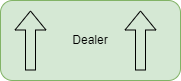
Above: CardImages/DealerLeft.drawio.png in nlarsen31/EuchreGoDot (draw.io), before the change. Source tidied: cells renumbered, new cells last; positions are measured from the earlier drawing's top-left corner, leaving out a move shared by most shapes.
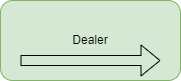
The same file after the commit.

The edit, as a diff of the source:
```diff
@@ -7,15 +7,9 @@
     </mxCell>
     <mxCell id="3" style="shape=flexArrow;endArrow=classic;html=1;rounded=0;" parent="1" edge="1">
       <mxGeometry relative="1" as="geometry">
-        <mxPoint x="30" y="70" as="sourcePoint" />
-        <mxPoint x="30" y="10" as="targetPoint" />
+        <mxPoint x="20" y="60" as="sourcePoint" />
+        <mxPoint x="160" y="60" as="targetPoint" />
       </mxGeometry>
     </mxCell>
-    <mxCell id="4" style="shape=flexArrow;endArrow=classic;html=1;rounded=0;" parent="1" edge="1">
-      <mxGeometry relative="1" as="geometry">
-        <mxPoint x="140" y="70" as="sourcePoint" />
-        <mxPoint x="140" y="10" as="targetPoint" />
-      </mxGeometry>
-    </mxCell>
   </root>
 </mxGraphModel>
```
